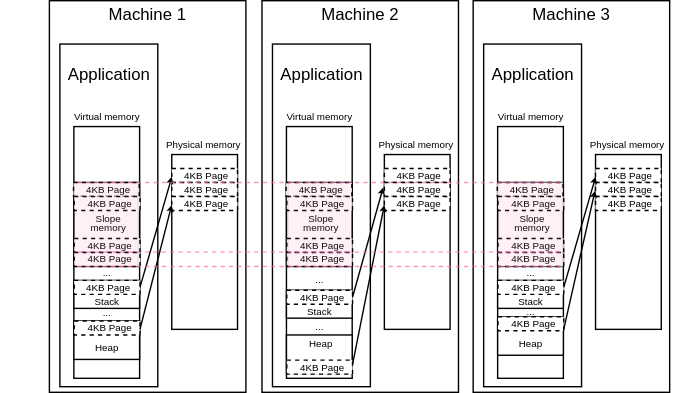
Before: doc/local-memory-management-phys-log.drawio.svg, a diagram exported from draw.io (farnasirim/slope). Source tidied: cells renumbered, new cells last; positions are measured from the earlier drawing's top-left corner, leaving out a move shared by most shapes.
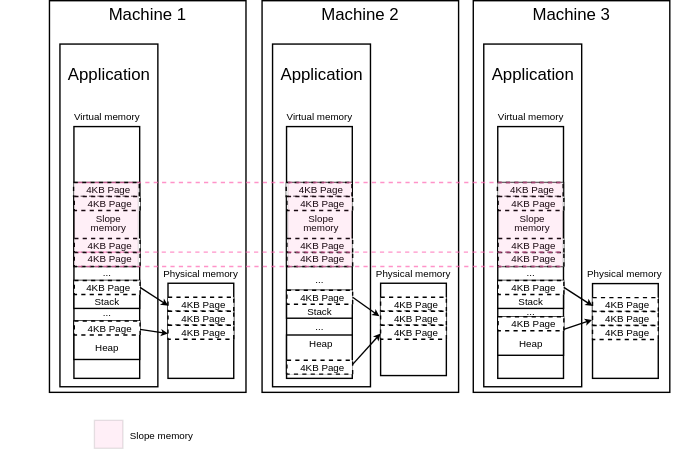
The same file after the commit.

Change to the diagram source:
```diff
@@ -30,7 +30,7 @@
       <mxGeometry x="42" y="153" width="70" height="20" as="geometry" />
     </mxCell>
     <mxCell id="11" style="rounded=0;whiteSpace=wrap;fontFamily=Helvetica;" parent="1" vertex="1">
-      <mxGeometry x="122" y="110" width="47" height="125" as="geometry" />
+      <mxGeometry x="119.2" y="202" width="47" height="68" as="geometry" />
     </mxCell>
     <mxCell id="12" style="rounded=0;whiteSpace=wrap;fontFamily=Helvetica;" parent="1" vertex="1">
       <mxGeometry x="52" y="200" width="47" height="20" as="geometry" />
@@ -45,25 +45,25 @@
       <mxGeometry x="40.8" y="238.8" width="70" height="20" as="geometry" />
     </mxCell>
     <mxCell id="16" style="rounded=0;whiteSpace=wrap;fontFamily=Helvetica;dashed=1;" parent="1" vertex="1">
-      <mxGeometry x="122" y="120" width="47" height="10" as="geometry" />
+      <mxGeometry x="119.2" y="212" width="47" height="10" as="geometry" />
     </mxCell>
     <mxCell id="17" value="4KB Page" style="text;strokeColor=none;fillColor=none;align=center;verticalAlign=middle;whiteSpace=wrap;rounded=0;fontFamily=Helvetica;fontSize=7;" parent="1" vertex="1">
-      <mxGeometry x="112.2" y="116" width="70" height="20" as="geometry" />
+      <mxGeometry x="109.5" y="208" width="70" height="20" as="geometry" />
     </mxCell>
     <mxCell id="18" style="rounded=0;whiteSpace=wrap;fontFamily=Helvetica;dashed=1;" parent="1" vertex="1">
-      <mxGeometry x="122" y="130" width="47" height="10" as="geometry" />
+      <mxGeometry x="119.2" y="222" width="47" height="10" as="geometry" />
     </mxCell>
     <mxCell id="19" value="4KB Page" style="text;strokeColor=none;fillColor=none;align=center;verticalAlign=middle;whiteSpace=wrap;rounded=0;fontFamily=Helvetica;fontSize=7;" parent="1" vertex="1">
-      <mxGeometry x="112.2" y="126" width="70" height="20" as="geometry" />
+      <mxGeometry x="109.5" y="218" width="70" height="20" as="geometry" />
     </mxCell>
     <mxCell id="20" style="rounded=0;whiteSpace=wrap;fontFamily=Helvetica;dashed=1;" parent="1" vertex="1">
-      <mxGeometry x="122" y="140" width="47" height="10" as="geometry" />
+      <mxGeometry x="119.2" y="232" width="47" height="10" as="geometry" />
     </mxCell>
     <mxCell id="21" value="4KB Page" style="text;strokeColor=none;fillColor=none;align=center;verticalAlign=middle;whiteSpace=wrap;rounded=0;fontFamily=Helvetica;fontSize=7;" parent="1" vertex="1">
-      <mxGeometry x="112.2" y="136" width="70" height="20" as="geometry" />
+      <mxGeometry x="109.5" y="228" width="70" height="20" as="geometry" />
     </mxCell>
     <mxCell id="22" value="Physical memory" style="text;strokeColor=none;fillColor=none;align=center;verticalAlign=middle;whiteSpace=wrap;rounded=0;fontFamily=Helvetica;fontSize=7;" parent="1" vertex="1">
-      <mxGeometry x="110.2" y="94" width="70" height="20" as="geometry" />
+      <mxGeometry x="107.5" y="186" width="70" height="20" as="geometry" />
     </mxCell>
     <mxCell id="23" style="rounded=0;whiteSpace=wrap;fontFamily=Helvetica;dashed=1;" parent="1" vertex="1">
       <mxGeometry x="51.8" y="130" width="47" height="10" as="geometry" />
@@ -143,7 +143,7 @@
       <mxGeometry x="194" y="153" width="70" height="20" as="geometry" />
     </mxCell>
     <mxCell id="48" style="rounded=0;whiteSpace=wrap;fontFamily=Helvetica;" parent="1" vertex="1">
-      <mxGeometry x="274" y="110" width="47" height="125" as="geometry" />
+      <mxGeometry x="271.2" y="202" width="47" height="66" as="geometry" />
     </mxCell>
     <mxCell id="49" style="rounded=0;whiteSpace=wrap;fontFamily=Helvetica;" parent="1" vertex="1">
       <mxGeometry x="204" y="207" width="47" height="20" as="geometry" />
@@ -158,25 +158,25 @@
       <mxGeometry x="193.8" y="235.8" width="70" height="20" as="geometry" />
     </mxCell>
     <mxCell id="53" style="rounded=0;whiteSpace=wrap;fontFamily=Helvetica;dashed=1;" parent="1" vertex="1">
-      <mxGeometry x="274" y="120" width="47" height="10" as="geometry" />
+      <mxGeometry x="271.2" y="212" width="47" height="10" as="geometry" />
     </mxCell>
     <mxCell id="54" value="4KB Page" style="text;strokeColor=none;fillColor=none;align=center;verticalAlign=middle;whiteSpace=wrap;rounded=0;fontFamily=Helvetica;fontSize=7;" parent="1" vertex="1">
-      <mxGeometry x="264.2" y="116" width="70" height="20" as="geometry" />
+      <mxGeometry x="261.5" y="208" width="70" height="20" as="geometry" />
     </mxCell>
     <mxCell id="55" style="rounded=0;whiteSpace=wrap;fontFamily=Helvetica;dashed=1;" parent="1" vertex="1">
-      <mxGeometry x="274" y="130" width="47" height="10" as="geometry" />
+      <mxGeometry x="271.2" y="222" width="47" height="10" as="geometry" />
     </mxCell>
     <mxCell id="56" value="4KB Page" style="text;strokeColor=none;fillColor=none;align=center;verticalAlign=middle;whiteSpace=wrap;rounded=0;fontFamily=Helvetica;fontSize=7;" parent="1" vertex="1">
-      <mxGeometry x="264.2" y="126" width="70" height="20" as="geometry" />
+      <mxGeometry x="261.5" y="218" width="70" height="20" as="geometry" />
     </mxCell>
     <mxCell id="57" style="rounded=0;whiteSpace=wrap;fontFamily=Helvetica;dashed=1;" parent="1" vertex="1">
-      <mxGeometry x="274" y="140" width="47" height="10" as="geometry" />
+      <mxGeometry x="271.2" y="232" width="47" height="10" as="geometry" />
     </mxCell>
     <mxCell id="58" value="4KB Page" style="text;strokeColor=none;fillColor=none;align=center;verticalAlign=middle;whiteSpace=wrap;rounded=0;fontFamily=Helvetica;fontSize=7;" parent="1" vertex="1">
-      <mxGeometry x="264.2" y="136" width="70" height="20" as="geometry" />
+      <mxGeometry x="261.5" y="228" width="70" height="20" as="geometry" />
     </mxCell>
     <mxCell id="59" value="Physical memory" style="text;strokeColor=none;fillColor=none;align=center;verticalAlign=middle;whiteSpace=wrap;rounded=0;fontFamily=Helvetica;fontSize=7;" parent="1" vertex="1">
-      <mxGeometry x="262.2" y="94" width="70" height="20" as="geometry" />
+      <mxGeometry x="259.5" y="186" width="70" height="20" as="geometry" />
     </mxCell>
     <mxCell id="60" style="rounded=0;whiteSpace=wrap;fontFamily=Helvetica;dashed=1;" parent="1" vertex="1">
       <mxGeometry x="203.8" y="130" width="47" height="10" as="geometry" />
@@ -254,7 +254,7 @@
       <mxGeometry x="345" y="153" width="70" height="20" as="geometry" />
     </mxCell>
     <mxCell id="85" style="rounded=0;whiteSpace=wrap;fontFamily=Helvetica;" parent="1" vertex="1">
-      <mxGeometry x="425" y="110" width="47" height="125" as="geometry" />
+      <mxGeometry x="422.8" y="202.2" width="47" height="67.8" as="geometry" />
     </mxCell>
     <mxCell id="86" style="rounded=0;whiteSpace=wrap;fontFamily=Helvetica;" parent="1" vertex="1">
       <mxGeometry x="355" y="200" width="47" height="20" as="geometry" />
@@ -269,25 +269,25 @@
       <mxGeometry x="343.8" y="235.8" width="70" height="20" as="geometry" />
     </mxCell>
     <mxCell id="90" style="rounded=0;whiteSpace=wrap;fontFamily=Helvetica;dashed=1;" parent="1" vertex="1">
-      <mxGeometry x="425" y="120" width="47" height="10" as="geometry" />
+      <mxGeometry x="422.8" y="212.2" width="47" height="10" as="geometry" />
     </mxCell>
     <mxCell id="91" value="4KB Page" style="text;strokeColor=none;fillColor=none;align=center;verticalAlign=middle;whiteSpace=wrap;rounded=0;fontFamily=Helvetica;fontSize=7;" parent="1" vertex="1">
-      <mxGeometry x="415.2" y="116" width="70" height="20" as="geometry" />
+      <mxGeometry x="413" y="208.2" width="70" height="20" as="geometry" />
     </mxCell>
     <mxCell id="92" style="rounded=0;whiteSpace=wrap;fontFamily=Helvetica;dashed=1;" parent="1" vertex="1">
-      <mxGeometry x="425" y="130" width="47" height="10" as="geometry" />
+      <mxGeometry x="422.8" y="222.2" width="47" height="10" as="geometry" />
     </mxCell>
     <mxCell id="93" value="4KB Page" style="text;strokeColor=none;fillColor=none;align=center;verticalAlign=middle;whiteSpace=wrap;rounded=0;fontFamily=Helvetica;fontSize=7;" parent="1" vertex="1">
-      <mxGeometry x="415.2" y="126" width="70" height="20" as="geometry" />
+      <mxGeometry x="413" y="218.2" width="70" height="20" as="geometry" />
     </mxCell>
     <mxCell id="94" style="rounded=0;whiteSpace=wrap;fontFamily=Helvetica;dashed=1;" parent="1" vertex="1">
-      <mxGeometry x="425" y="140" width="47" height="10" as="geometry" />
+      <mxGeometry x="422.8" y="232.2" width="47" height="10" as="geometry" />
     </mxCell>
     <mxCell id="95" value="4KB Page" style="text;strokeColor=none;fillColor=none;align=center;verticalAlign=middle;whiteSpace=wrap;rounded=0;fontFamily=Helvetica;fontSize=7;" parent="1" vertex="1">
-      <mxGeometry x="415.2" y="136" width="70" height="20" as="geometry" />
+      <mxGeometry x="413" y="228.2" width="70" height="20" as="geometry" />
     </mxCell>
     <mxCell id="96" value="Physical memory" style="text;strokeColor=none;fillColor=none;align=center;verticalAlign=middle;whiteSpace=wrap;rounded=0;fontFamily=Helvetica;fontSize=7;" parent="1" vertex="1">
-      <mxGeometry x="413.2" y="94" width="70" height="20" as="geometry" />
+      <mxGeometry x="411" y="186.2" width="70" height="20" as="geometry" />
     </mxCell>
     <mxCell id="97" style="rounded=0;whiteSpace=wrap;fontFamily=Helvetica;dashed=1;" parent="1" vertex="1">
       <mxGeometry x="354.8" y="130" width="47" height="10" as="geometry" />
@@ -366,5 +366,11 @@
     <mxCell id="118" style="rounded=0;whiteSpace=wrap;html=1;opacity=10;fillColor=#FF66B3;" parent="1" vertex="1">
       <mxGeometry x="355.6" y="130" width="45.8" height="60" as="geometry" />
     </mxCell>
+    <mxCell id="119" style="rounded=0;whiteSpace=wrap;html=1;opacity=10;fillColor=#FF66B3;" parent="1" vertex="1">
+      <mxGeometry x="66.6" y="300" width="20.4" height="20" as="geometry" />
+    </mxCell>
+    <mxCell id="120" value="Slope memory" style="text;strokeColor=none;fillColor=none;align=center;verticalAlign=middle;whiteSpace=wrap;rounded=0;fontFamily=Helvetica;fontSize=7;" parent="1" vertex="1">
+      <mxGeometry x="84" y="304.5" width="62.2" height="15" as="geometry" />
+    </mxCell>
   </root>
 </mxGraphModel>
```
